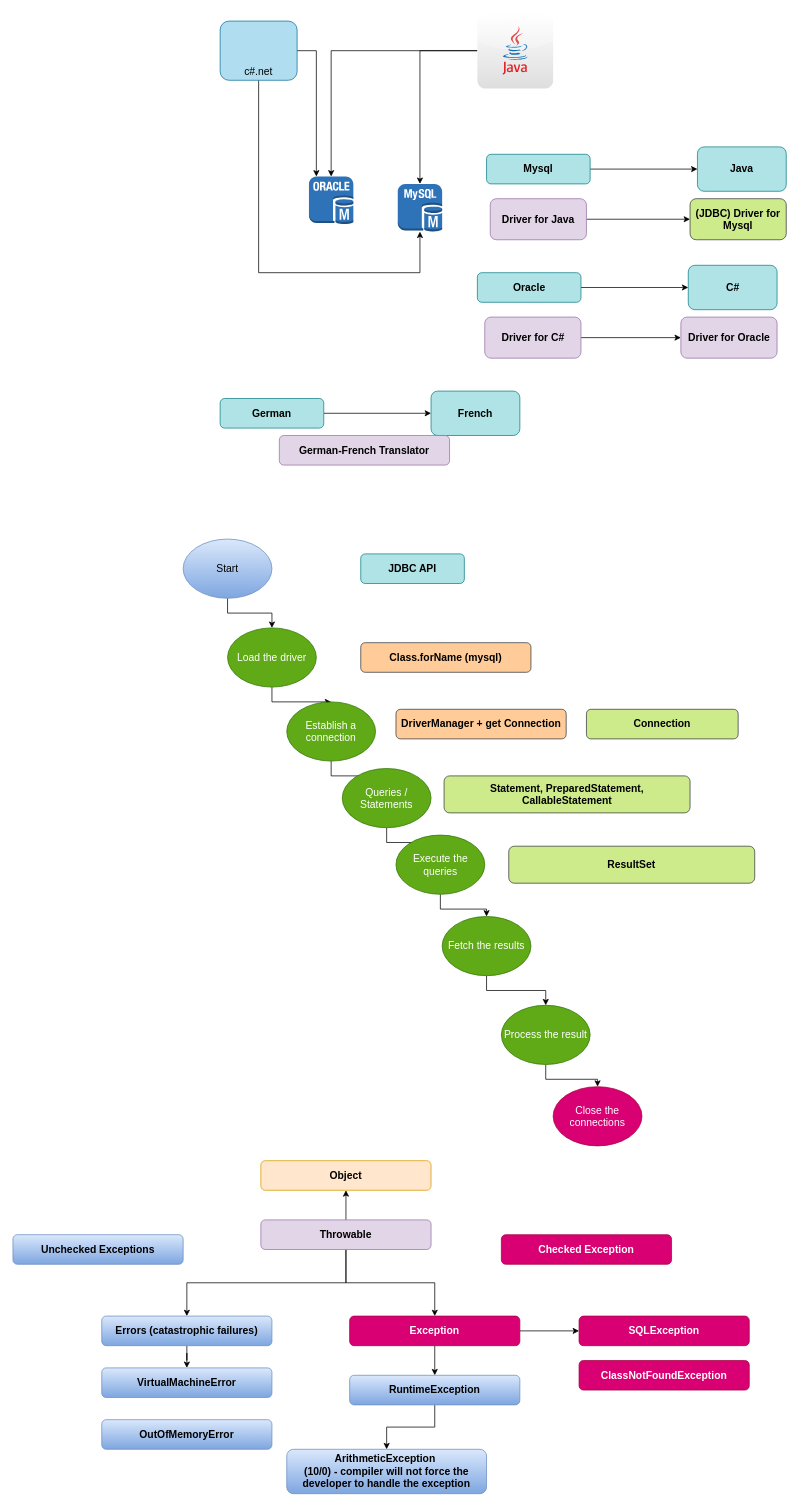
Earlier version of the draw.io diagram page "JDBC" (3 of 3) of day1.drawio (nathub071122/natGIT). Source tidied: cells renumbered, new cells numbered last; positions are measured from the earlier drawing's top-left corner, leaving out a move shared by most shapes. Both pictures are drawn from the tidied source at 74%, with x=0, y=0 at pixel (13, 13).
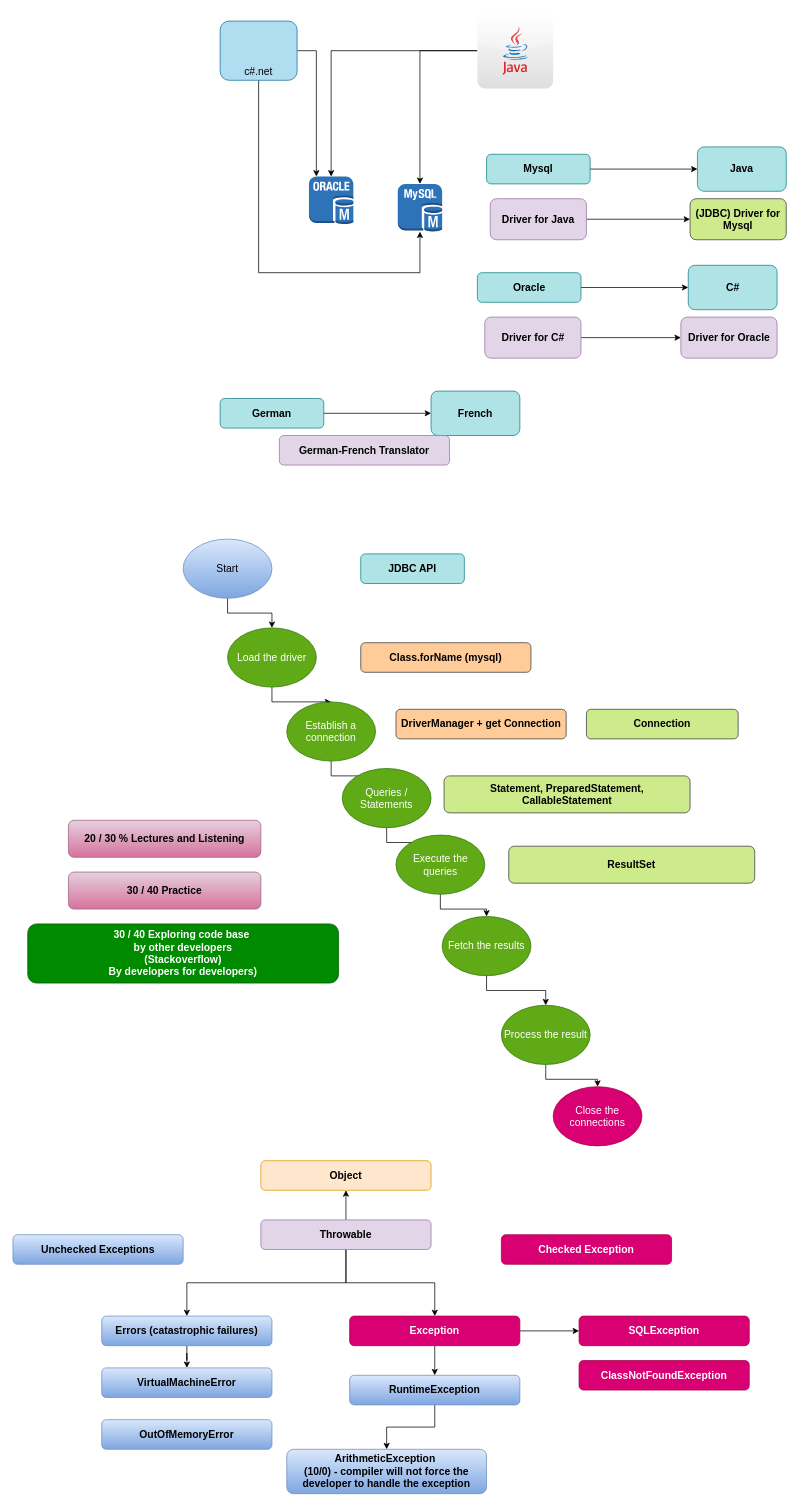
The same diagram, later.

Change to the diagram source:
```diff
@@
+    <mxCell id="66" value="20 / 30 % Lectures and Listening&lt;br&gt;" style="rounded=1;whiteSpace=wrap;html=1;fillColor=#e6d0de;strokeColor=#996185;verticalAlign=middle;align=center;fontStyle=1;gradientColor=#d5739d;fontSize=14;" parent="1" vertex="1">
+      <mxGeometry x="75" y="1091" width="260" height="50" as="geometry" />
+    </mxCell>
+    <mxCell id="67" value="30 / 40 Practice" style="rounded=1;whiteSpace=wrap;html=1;fillColor=#e6d0de;strokeColor=#996185;verticalAlign=middle;align=center;fontStyle=1;gradientColor=#d5739d;fontSize=14;" parent="1" vertex="1">
+      <mxGeometry x="75" y="1161" width="260" height="50" as="geometry" />
+    </mxCell>
+    <mxCell id="68" value="30 / 40 Exploring code base&amp;nbsp;&lt;br&gt;by other developers&lt;br&gt;(Stackoverflow)&lt;br&gt;By developers for developers)" style="rounded=1;whiteSpace=wrap;html=1;fillColor=#008a00;strokeColor=#005700;verticalAlign=middle;align=center;fontStyle=1;fontSize=14;fontColor=#ffffff;" parent="1" vertex="1">
+      <mxGeometry x="20" y="1231" width="420" height="80" as="geometry" />
+    </mxCell>
```
